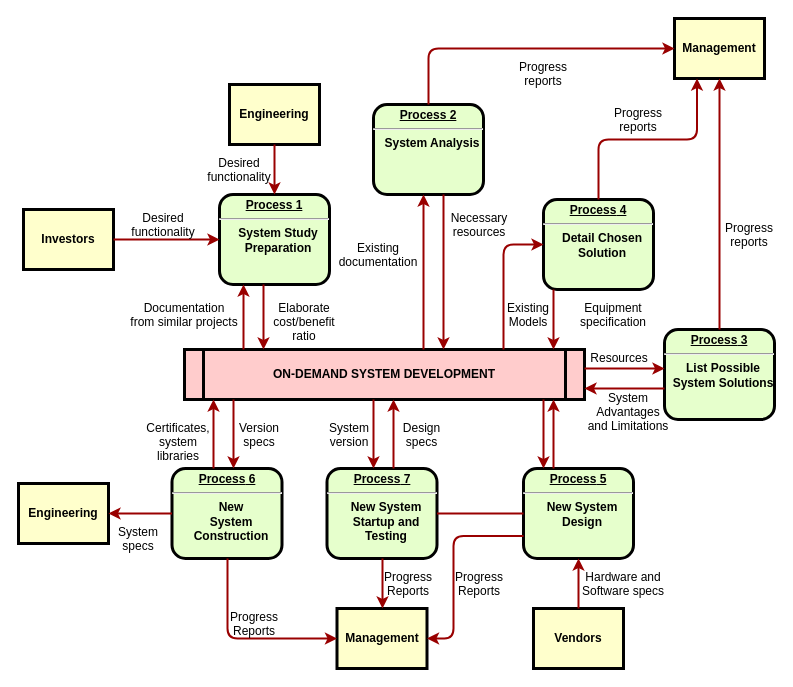
This is system_desgin.drawio from ssider/system_designs, a draw.io file, before an edit. Source tidied: cells renumbered, new cells numbered last; positions are measured from the earlier drawing's top-left corner, leaving out a move shared by most shapes. Both pictures are drawn from the tidied source at 100%, with x=0, y=0 at pixel (18, 18).
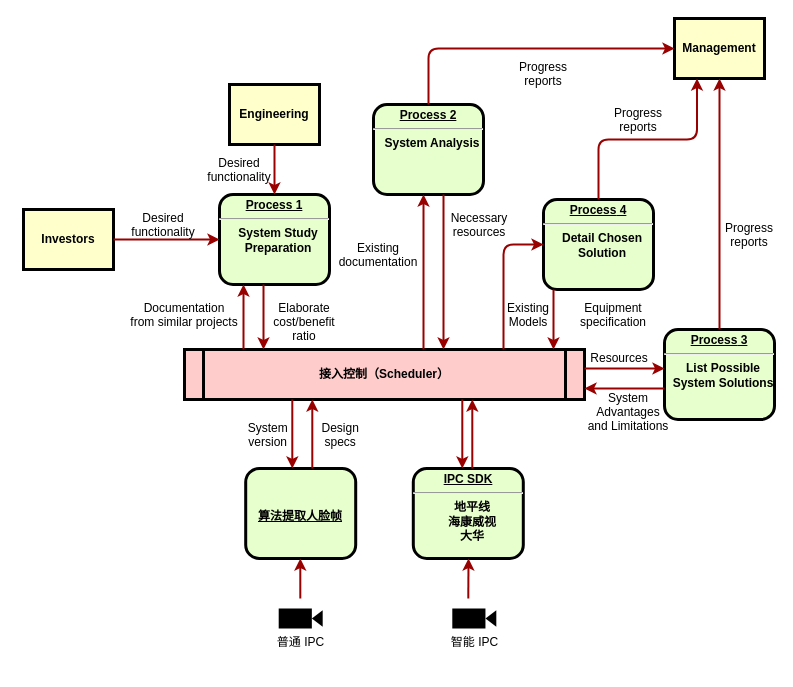
Above is the later version.

What changed in the source:
```diff
@@
-    <mxCell id="5" value="ON-DEMAND SYSTEM DEVELOPMENT" style="shape=process;whiteSpace=wrap;align=center;verticalAlign=middle;size=0.0475;fontStyle=1;strokeWidth=3;fillColor=#FFCCCC;" parent="1" vertex="1">
+    <mxCell id="5" value="接入控制（Scheduler）" style="shape=process;whiteSpace=wrap;align=center;verticalAlign=middle;size=0.0475;fontStyle=1;strokeWidth=3;fillColor=#FFCCCC;" parent="1" vertex="1">
       <mxGeometry x="166" y="331" width="400" height="50" as="geometry" />
     </mxCell>
@@
-    <mxCell id="9" value="&lt;p style=&quot;margin: 0px; margin-top: 4px; text-align: center; text-decoration: underline;&quot;&gt;&lt;strong&gt;&lt;strong&gt;Process&lt;/strong&gt; 5&lt;br /&gt;&lt;/strong&gt;&lt;/p&gt;&lt;hr /&gt;&lt;p style=&quot;margin: 0px; margin-left: 8px;&quot;&gt;New System&lt;/p&gt;&lt;p style=&quot;margin: 0px; margin-left: 8px;&quot;&gt;Design&lt;/p&gt;" style="verticalAlign=middle;align=center;overflow=fill;fontSize=12;fontFamily=Helvetica;html=1;rounded=1;fontStyle=1;strokeWidth=3;fillColor=#E6FFCC;" parent="1" vertex="1">
-      <mxGeometry x="505" y="450" width="110" height="90" as="geometry" />
+    <mxCell id="9" value="&lt;p style=&quot;margin: 0px ; margin-top: 4px ; text-align: center ; text-decoration: underline&quot;&gt;&lt;strong&gt;IPC SDK&lt;/strong&gt;&lt;/p&gt;&lt;hr&gt;&lt;p style=&quot;margin: 0px ; margin-left: 8px&quot;&gt;地平线&lt;/p&gt;&lt;p style=&quot;margin: 0px ; margin-left: 8px&quot;&gt;海康威视&lt;/p&gt;&lt;p style=&quot;margin: 0px ; margin-left: 8px&quot;&gt;大华&lt;/p&gt;" style="verticalAlign=middle;align=center;overflow=fill;fontSize=12;fontFamily=Helvetica;html=1;rounded=1;fontStyle=1;strokeWidth=3;fillColor=#E6FFCC;" parent="1" vertex="1">
+      <mxGeometry x="394.8" y="450" width="110" height="90" as="geometry" />
     </mxCell>
-    <mxCell id="10" value="&lt;p style=&quot;margin: 0px; margin-top: 4px; text-align: center; text-decoration: underline;&quot;&gt;&lt;strong&gt;&lt;strong&gt;Process&lt;/strong&gt; 6&lt;br /&gt;&lt;/strong&gt;&lt;/p&gt;&lt;hr /&gt;&lt;p style=&quot;margin: 0px; margin-left: 8px;&quot;&gt;New&lt;/p&gt;&lt;p style=&quot;margin: 0px; margin-left: 8px;&quot;&gt;System&lt;/p&gt;&lt;p style=&quot;margin: 0px; margin-left: 8px;&quot;&gt;Construction&lt;/p&gt;" style="verticalAlign=middle;align=center;overflow=fill;fontSize=12;fontFamily=Helvetica;html=1;rounded=1;fontStyle=1;strokeWidth=3;fillColor=#E6FFCC;" parent="1" vertex="1">
-      <mxGeometry x="153.5" y="450" width="110" height="90" as="geometry" />
-    </mxCell>
@@
-    <mxCell id="12" value="Management" style="whiteSpace=wrap;align=center;verticalAlign=middle;fontStyle=1;strokeWidth=3;fillColor=#FFFFCC;" parent="1" vertex="1">
-      <mxGeometry x="318.5" y="590" width="90" height="60" as="geometry" />
-    </mxCell>
-    <mxCell id="13" value="Engineering" style="whiteSpace=wrap;align=center;verticalAlign=middle;fontStyle=1;strokeWidth=3;fillColor=#FFFFCC;" parent="1" vertex="1">
-      <mxGeometry y="465" width="90" height="60" as="geometry" />
-    </mxCell>
-    <mxCell id="14" value="Vendors" style="whiteSpace=wrap;align=center;verticalAlign=middle;fontStyle=1;strokeWidth=3;fillColor=#FFFFCC;" parent="1" vertex="1">
-      <mxGeometry x="515" y="590" width="90" height="60" as="geometry" />
-    </mxCell>
@@
-    <mxCell id="17" value="&lt;p style=&quot;margin: 0px; margin-top: 4px; text-align: center; text-decoration: underline;&quot;&gt;&lt;strong&gt;&lt;strong&gt;Process&lt;/strong&gt; 7&lt;br /&gt;&lt;/strong&gt;&lt;/p&gt;&lt;hr /&gt;&lt;p style=&quot;margin: 0px; margin-left: 8px;&quot;&gt;New System&lt;/p&gt;&lt;p style=&quot;margin: 0px; margin-left: 8px;&quot;&gt;Startup and&lt;/p&gt;&lt;p style=&quot;margin: 0px; margin-left: 8px;&quot;&gt;Testing&lt;/p&gt;" style="verticalAlign=middle;align=center;overflow=fill;fontSize=12;fontFamily=Helvetica;html=1;rounded=1;fontStyle=1;strokeWidth=3;fillColor=#E6FFCC;" parent="1" vertex="1">
-      <mxGeometry x="308.5" y="450" width="110" height="90" as="geometry" />
+    <mxCell id="17" value="&lt;p style=&quot;margin: 0px ; margin-top: 4px ; text-align: center ; text-decoration: underline&quot;&gt;&lt;br&gt;&lt;/p&gt;&lt;p style=&quot;margin: 0px ; margin-top: 4px ; text-align: center ; text-decoration: underline&quot;&gt;&lt;br&gt;&lt;/p&gt;&lt;p style=&quot;margin: 0px ; margin-top: 4px ; text-align: center ; text-decoration: underline&quot;&gt;算法提取人脸帧&lt;/p&gt;" style="verticalAlign=middle;align=center;overflow=fill;fontSize=12;fontFamily=Helvetica;html=1;rounded=1;fontStyle=1;strokeWidth=3;fillColor=#E6FFCC;" parent="1" vertex="1">
+      <mxGeometry x="227.2" y="450" width="110" height="90" as="geometry" />
     </mxCell>
-    <mxCell id="18" style="endArrow=none;noEdgeStyle=1;strokeColor=#990000;strokeWidth=2;" parent="1" edge="1" source="9" target="17">
-      <mxGeometry relative="1" as="geometry" />
-    </mxCell>
@@
-    <mxCell id="43" style="edgeStyle=elbowEdgeStyle;elbow=horizontal;strokeColor=#990000;strokeWidth=2;" parent="1" edge="1" source="9" target="5">
+    <mxCell id="43" style="edgeStyle=elbowEdgeStyle;elbow=horizontal;strokeColor=#990000;strokeWidth=2;" parent="1" edge="1" source="9">
       <mxGeometry relative="1" as="geometry">
+        <mxPoint x="453.8" y="381" as="targetPoint" />
         <Array as="points">
-          <mxPoint x="535" y="410" />
+          <mxPoint x="453.8" y="410" />
         </Array>
       </mxGeometry>
     </mxCell>
-    <mxCell id="44" style="edgeStyle=elbowEdgeStyle;elbow=horizontal;strokeColor=#990000;strokeWidth=2;" parent="1" edge="1" source="5" target="9">
+    <mxCell id="44" style="edgeStyle=elbowEdgeStyle;elbow=horizontal;strokeColor=#990000;strokeWidth=2;" parent="1" edge="1" target="9">
       <mxGeometry relative="1" as="geometry">
+        <mxPoint x="443.8" y="381" as="sourcePoint" />
         <Array as="points">
-          <mxPoint x="525" y="420" />
+          <mxPoint x="443.8" y="420" />
         </Array>
       </mxGeometry>
     </mxCell>
-    <mxCell id="45" style="edgeStyle=elbowEdgeStyle;elbow=horizontal;strokeColor=#990000;strokeWidth=2;" parent="1" edge="1" source="14" target="9">
-      <mxGeometry relative="1" as="geometry" />
+    <mxCell id="45" style="edgeStyle=elbowEdgeStyle;elbow=horizontal;strokeColor=#990000;strokeWidth=2;" parent="1" edge="1" target="9">
+      <mxGeometry relative="1" as="geometry">
+        <mxPoint x="449.8" y="580" as="sourcePoint" />
+      </mxGeometry>
     </mxCell>
-    <mxCell id="46" value="Hardware and&#10;Software specs" style="text;spacingTop=-5;align=center;" parent="1" vertex="1">
-      <mxGeometry x="590" y="550" width="30" height="20" as="geometry" />
-    </mxCell>
-    <mxCell id="47" style="edgeStyle=elbowEdgeStyle;elbow=horizontal;exitX=0;exitY=0.75;strokeColor=#990000;strokeWidth=2;" parent="1" edge="1" source="9" target="12">
-      <mxGeometry relative="1" as="geometry">
-        <Array as="points">
-          <mxPoint x="435" y="570" />
-        </Array>
-      </mxGeometry>
-    </mxCell>
-    <mxCell id="48" value="Progress&#10;Reports" style="text;spacingTop=-5;align=center;" parent="1" vertex="1">
-      <mxGeometry x="446" y="550" width="30" height="20" as="geometry" />
-    </mxCell>
-    <mxCell id="49" style="edgeStyle=elbowEdgeStyle;elbow=horizontal;strokeColor=#990000;strokeWidth=2;" parent="1" edge="1" source="17" target="12">
-      <mxGeometry relative="1" as="geometry" />
-    </mxCell>
-    <mxCell id="50" value="Progress&#10;Reports" style="text;spacingTop=-5;align=center;" parent="1" vertex="1">
-      <mxGeometry x="375" y="550" width="30" height="20" as="geometry" />
-    </mxCell>
-    <mxCell id="51" style="edgeStyle=elbowEdgeStyle;elbow=horizontal;strokeColor=#990000;strokeWidth=2;" parent="1" edge="1" source="10" target="12">
-      <mxGeometry relative="1" as="geometry">
-        <Array as="points">
-          <mxPoint x="209" y="570" />
-        </Array>
-      </mxGeometry>
-    </mxCell>
-    <mxCell id="52" value="Progress&#10;Reports" style="text;spacingTop=-5;align=center;" parent="1" vertex="1">
-      <mxGeometry x="221" y="590" width="30" height="20" as="geometry" />
-    </mxCell>
-    <mxCell id="53" style="edgeStyle=elbowEdgeStyle;elbow=vertical;strokeColor=#990000;strokeWidth=2;" parent="1" edge="1" source="10" target="13">
-      <mxGeometry relative="1" as="geometry" />
-    </mxCell>
-    <mxCell id="54" style="edgeStyle=elbowEdgeStyle;elbow=horizontal;strokeColor=#990000;strokeWidth=2;" parent="1" edge="1" source="5" target="17">
+    <mxCell id="54" style="edgeStyle=elbowEdgeStyle;elbow=horizontal;strokeColor=#990000;strokeWidth=2;" parent="1" edge="1" target="17">
       <mxGeometry relative="1" as="geometry">
+        <mxPoint x="273.8" y="381" as="sourcePoint" />
         <Array as="points">
-          <mxPoint x="355" y="410" />
+          <mxPoint x="273.8" y="410" />
         </Array>
       </mxGeometry>
     </mxCell>
-    <mxCell id="55" style="edgeStyle=elbowEdgeStyle;elbow=horizontal;strokeColor=#990000;strokeWidth=2;" parent="1" edge="1" source="17" target="5">
+    <mxCell id="55" style="edgeStyle=elbowEdgeStyle;elbow=horizontal;strokeColor=#990000;strokeWidth=2;" parent="1" edge="1" source="17">
       <mxGeometry relative="1" as="geometry">
+        <mxPoint x="293.8" y="381" as="targetPoint" />
         <Array as="points">
-          <mxPoint x="375" y="410" />
+          <mxPoint x="293.8" y="410" />
         </Array>
       </mxGeometry>
     </mxCell>
-    <mxCell id="56" value="Version&#10;specs" style="text;spacingTop=-5;align=center;" parent="1" vertex="1">
-      <mxGeometry x="226" y="401" width="30" height="20" as="geometry" />
-    </mxCell>
-    <mxCell id="57" value="Certificates,&#10;system&#10;libraries" style="text;spacingTop=-5;align=center;" parent="1" vertex="1">
-      <mxGeometry x="145" y="401" width="30" height="20" as="geometry" />
-    </mxCell>
-    <mxCell id="58" style="edgeStyle=elbowEdgeStyle;elbow=horizontal;strokeColor=#990000;strokeWidth=2;" parent="1" edge="1" source="5" target="10">
-      <mxGeometry relative="1" as="geometry">
-        <Array as="points">
-          <mxPoint x="215" y="410" />
-        </Array>
-      </mxGeometry>
-    </mxCell>
-    <mxCell id="59" style="edgeStyle=elbowEdgeStyle;elbow=horizontal;strokeColor=#990000;strokeWidth=2;" parent="1" edge="1" source="10" target="5">
-      <mxGeometry relative="1" as="geometry">
-        <Array as="points">
-          <mxPoint x="195" y="410" />
-        </Array>
-      </mxGeometry>
-    </mxCell>
-    <mxCell id="60" value="System&#10;specs" style="text;spacingTop=-5;align=center;" parent="1" vertex="1">
-      <mxGeometry x="105" y="505" width="30" height="20" as="geometry" />
-    </mxCell>
     <mxCell id="61" value="Design&#10;specs" style="text;spacingTop=-5;align=center;" parent="1" vertex="1">
-      <mxGeometry x="388.5" y="401" width="30" height="20" as="geometry" />
+      <mxGeometry x="307.2" y="401" width="30" height="20" as="geometry" />
     </mxCell>
     <mxCell id="62" value="System&#10;version" style="text;spacingTop=-5;align=center;" parent="1" vertex="1">
-      <mxGeometry x="316" y="401" width="30" height="20" as="geometry" />
+      <mxGeometry x="234.7" y="401" width="30" height="20" as="geometry" />
     </mxCell>
+    <mxCell id="63" value="智能 IPC" style="shape=mxgraph.signs.tech.video_camera;html=1;fillColor=#000000;strokeColor=none;verticalLabelPosition=bottom;verticalAlign=top;align=center;" parent="1" vertex="1">
+      <mxGeometry x="433.8" y="590" width="44" height="20" as="geometry" />
+    </mxCell>
+    <mxCell id="64" value="普通 IPC" style="shape=mxgraph.signs.tech.video_camera;html=1;fillColor=#000000;strokeColor=none;verticalLabelPosition=bottom;verticalAlign=top;align=center;" parent="1" vertex="1">
+      <mxGeometry x="260.2" y="590" width="44" height="20" as="geometry" />
+    </mxCell>
+    <mxCell id="65" style="edgeStyle=elbowEdgeStyle;elbow=horizontal;strokeColor=#990000;strokeWidth=2;" parent="1" edge="1">
+      <mxGeometry relative="1" as="geometry">
+        <mxPoint x="281.8" y="580" as="sourcePoint" />
+        <mxPoint x="281.8" y="540" as="targetPoint" />
+        <Array as="points">
+          <mxPoint x="281.8" y="570" />
+        </Array>
+      </mxGeometry>
+    </mxCell>
```
